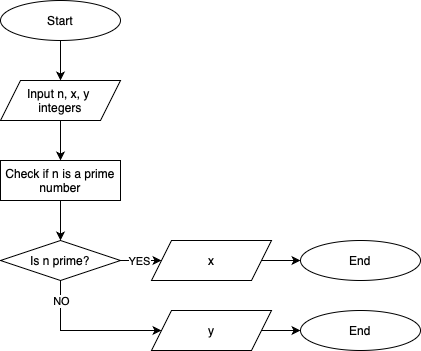
Earlier version of the draw.io export data/diagrams/p150/fc/l1.drawio.png (carlodenardin/multimodal-human-eval). Source tidied: cells renumbered, new cells last; positions are measured from the earlier drawing's top-left corner, leaving out a move shared by most shapes. Its diagram source:
```xml
<mxGraphModel background="#ffffff">
  <root>
    <mxCell id="0" />
    <mxCell id="1" parent="0" />
    <mxCell id="2" value="Start" style="ellipse;whiteSpace=wrap;html=1;" parent="1" vertex="1">
      <mxGeometry width="120" height="40" as="geometry" />
    </mxCell>
    <mxCell id="3" style="endArrow=classic;html=1;rounded=0;exitX=0.5;exitY=1;exitDx=0;exitDy=0;entryX=0.5;entryY=0;entryDx=0;entryDy=0;" parent="1" edge="1" source="2" target="4">
      <mxGeometry relative="1" as="geometry" />
    </mxCell>
    <mxCell id="4" value="Input n, x, y&amp;nbsp;&lt;div&gt;integers&lt;/div&gt;" style="shape=parallelogram;perimeter=parallelogramPerimeter;whiteSpace=wrap;html=1;fixedSize=1;" parent="1" vertex="1">
      <mxGeometry y="80" width="120" height="40" as="geometry" />
    </mxCell>
    <mxCell id="5" style="endArrow=classic;html=1;rounded=0;exitX=0.5;exitY=1;exitDx=0;exitDy=0;entryX=0.5;entryY=0;entryDx=0;entryDy=0;" parent="1" edge="1" source="4" target="6">
      <mxGeometry relative="1" as="geometry" />
    </mxCell>
    <mxCell id="6" value="Check if n is a prime number" style="rounded=0;whiteSpace=wrap;html=1;" parent="1" vertex="1">
      <mxGeometry y="160" width="120" height="40" as="geometry" />
    </mxCell>
    <mxCell id="7" style="endArrow=classic;html=1;rounded=0;exitX=0.5;exitY=1;exitDx=0;exitDy=0;entryX=0.5;entryY=0;entryDx=0;entryDy=0;" parent="1" edge="1" source="6" target="8">
      <mxGeometry relative="1" as="geometry" />
    </mxCell>
    <mxCell id="8" value="Is n prime?" style="rhombus;whiteSpace=wrap;html=1;fontSize=12;" parent="1" vertex="1">
      <mxGeometry y="240" width="120" height="40" as="geometry" />
    </mxCell>
    <mxCell id="9" value="End" style="ellipse;whiteSpace=wrap;html=1;" parent="1" vertex="1">
      <mxGeometry x="300" y="240" width="120" height="40" as="geometry" />
    </mxCell>
    <mxCell id="10" style="endArrow=classic;html=1;rounded=0;entryX=0;entryY=0.5;entryDx=0;entryDy=0;exitX=1;exitY=0.5;exitDx=0;exitDy=0;" parent="1" edge="1" source="11" target="9">
      <mxGeometry relative="1" as="geometry" />
    </mxCell>
    <mxCell id="11" value="x" style="shape=parallelogram;perimeter=parallelogramPerimeter;whiteSpace=wrap;html=1;fixedSize=1;" parent="1" vertex="1">
      <mxGeometry x="151" y="240" width="120" height="40" as="geometry" />
    </mxCell>
    <mxCell id="12" style="endArrow=classic;html=1;rounded=0;exitX=1;exitY=0.5;exitDx=0;exitDy=0;entryX=0;entryY=0.5;entryDx=0;entryDy=0;" parent="1" edge="1" target="11">
      <mxGeometry relative="1" as="geometry">
        <mxPoint x="120" y="260" as="sourcePoint" />
      </mxGeometry>
    </mxCell>
    <mxCell id="13" value="NO" style="edgeLabel;html=1;align=center;verticalAlign=middle;" parent="12" vertex="1">
      <mxGeometry x="0.14" y="-2" relative="1" as="geometry">
        <mxPoint x="-7" y="-2" as="offset" />
      </mxGeometry>
    </mxCell>
    <mxCell id="14" value="YES" style="edgeLabel;html=1;align=center;verticalAlign=middle;" parent="12" vertex="1">
      <mxGeometry x="-0.09" y="2" relative="1" as="geometry">
        <mxPoint x="-1" y="2" as="offset" />
      </mxGeometry>
    </mxCell>
    <mxCell id="15" value="End" style="ellipse;whiteSpace=wrap;html=1;" parent="1" vertex="1">
      <mxGeometry x="300" y="310" width="120" height="40" as="geometry" />
    </mxCell>
    <mxCell id="16" style="endArrow=classic;html=1;rounded=0;entryX=0;entryY=0.5;entryDx=0;entryDy=0;exitX=1;exitY=0.5;exitDx=0;exitDy=0;" parent="1" edge="1" source="17" target="15">
      <mxGeometry relative="1" as="geometry" />
    </mxCell>
    <mxCell id="17" value="y" style="shape=parallelogram;perimeter=parallelogramPerimeter;whiteSpace=wrap;html=1;fixedSize=1;" parent="1" vertex="1">
      <mxGeometry x="151" y="310" width="120" height="40" as="geometry" />
    </mxCell>
    <mxCell id="18" style="endArrow=classic;html=1;rounded=0;entryX=0;entryY=0.5;entryDx=0;entryDy=0;exitX=0.5;exitY=1;exitDx=0;exitDy=0;" parent="1" edge="1" source="8" target="17">
      <mxGeometry relative="1" as="geometry">
        <Array as="points">
          <mxPoint x="60" y="330" />
        </Array>
      </mxGeometry>
    </mxCell>
    <mxCell id="19" value="NO" style="edgeLabel;html=1;align=center;verticalAlign=middle;" parent="18" vertex="1">
      <mxGeometry x="0.14" y="-2" relative="1" as="geometry">
        <mxPoint x="-36" y="-32" as="offset" />
      </mxGeometry>
    </mxCell>
  </root>
</mxGraphModel>
```
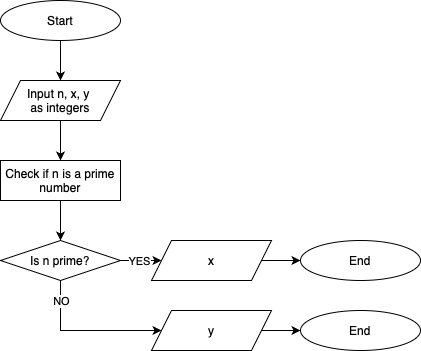
After the commit.

What changed in the source:
```diff
@@ -8,7 +8,7 @@
     <mxCell id="3" style="endArrow=classic;html=1;rounded=0;exitX=0.5;exitY=1;exitDx=0;exitDy=0;entryX=0.5;entryY=0;entryDx=0;entryDy=0;" parent="1" edge="1" source="2" target="4">
       <mxGeometry relative="1" as="geometry" />
     </mxCell>
-    <mxCell id="4" value="Input n, x, y&amp;nbsp;&lt;div&gt;integers&lt;/div&gt;" style="shape=parallelogram;perimeter=parallelogramPerimeter;whiteSpace=wrap;html=1;fixedSize=1;" parent="1" vertex="1">
+    <mxCell id="4" value="Input n, x, y&amp;nbsp;&lt;div&gt;as integers&lt;/div&gt;" style="shape=parallelogram;perimeter=parallelogramPerimeter;whiteSpace=wrap;html=1;fixedSize=1;" parent="1" vertex="1">
       <mxGeometry y="80" width="120" height="40" as="geometry" />
     </mxCell>
     <mxCell id="5" style="endArrow=classic;html=1;rounded=0;exitX=0.5;exitY=1;exitDx=0;exitDy=0;entryX=0.5;entryY=0;entryDx=0;entryDy=0;" parent="1" edge="1" source="4" target="6">
```
